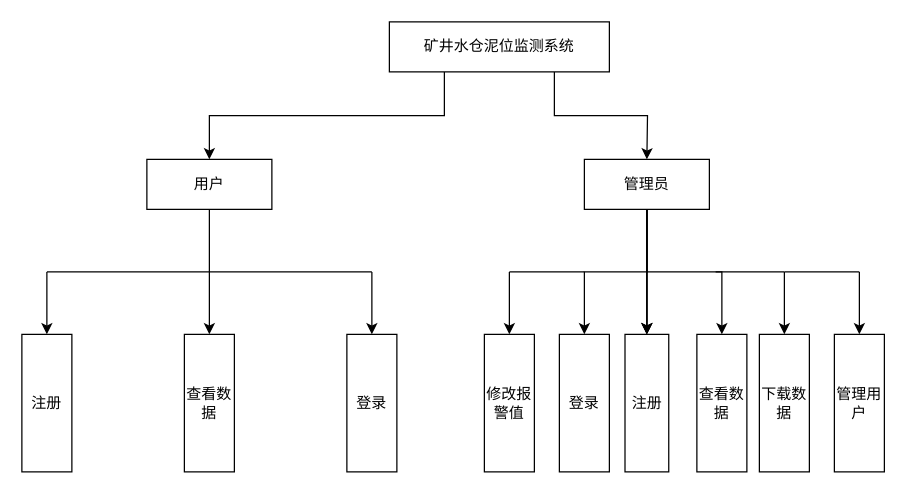
Before: 02.drawio in z-laoyao/Study001, a draw.io diagram. Source tidied: cells renumbered, new cells numbered last; positions are measured from the earlier drawing's top-left corner, leaving out a move shared by most shapes. Both pictures are drawn from the tidied source at 125%, with x=0, y=0 at pixel (21, 21).
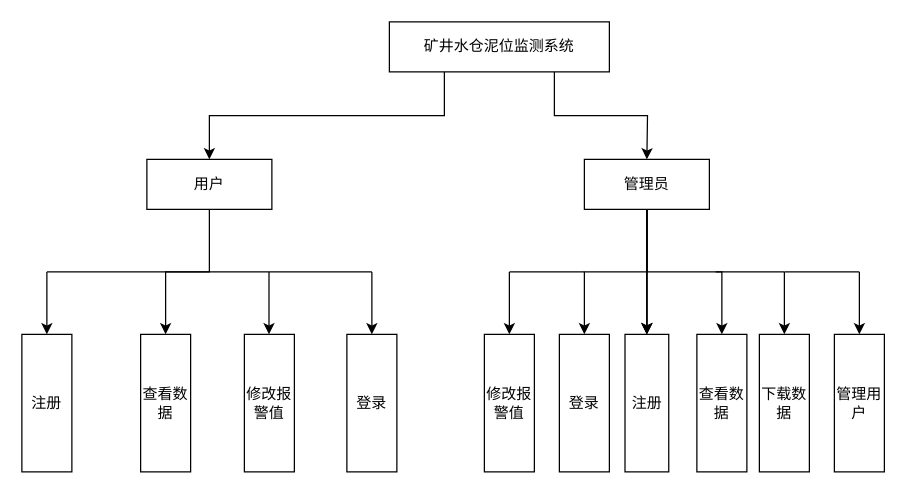
Above is the later version.

Change to the diagram source:
```diff
@@
     <mxCell id="14" value="查看数据" style="whiteSpace=wrap;html=1;rounded=0;" parent="1" vertex="1">
-      <mxGeometry x="130" y="250" width="40" height="110" as="geometry" />
+      <mxGeometry x="95" y="250" width="40" height="110" as="geometry" />
     </mxCell>
@@
+    <mxCell id="32" value="修改报警值" style="whiteSpace=wrap;html=1;rounded=0;" parent="1" vertex="1">
+      <mxGeometry x="178" y="250" width="40" height="110" as="geometry" />
+    </mxCell>
+    <mxCell id="33" style="endArrow=classic;html=1;entryX=0.5;entryY=0;entryDx=0;entryDy=0;" parent="1" edge="1">
+      <mxGeometry relative="1" as="geometry">
+        <mxPoint x="197.7" y="200" as="sourcePoint" />
+        <mxPoint x="197.7" y="250" as="targetPoint" />
+      </mxGeometry>
+    </mxCell>
```
